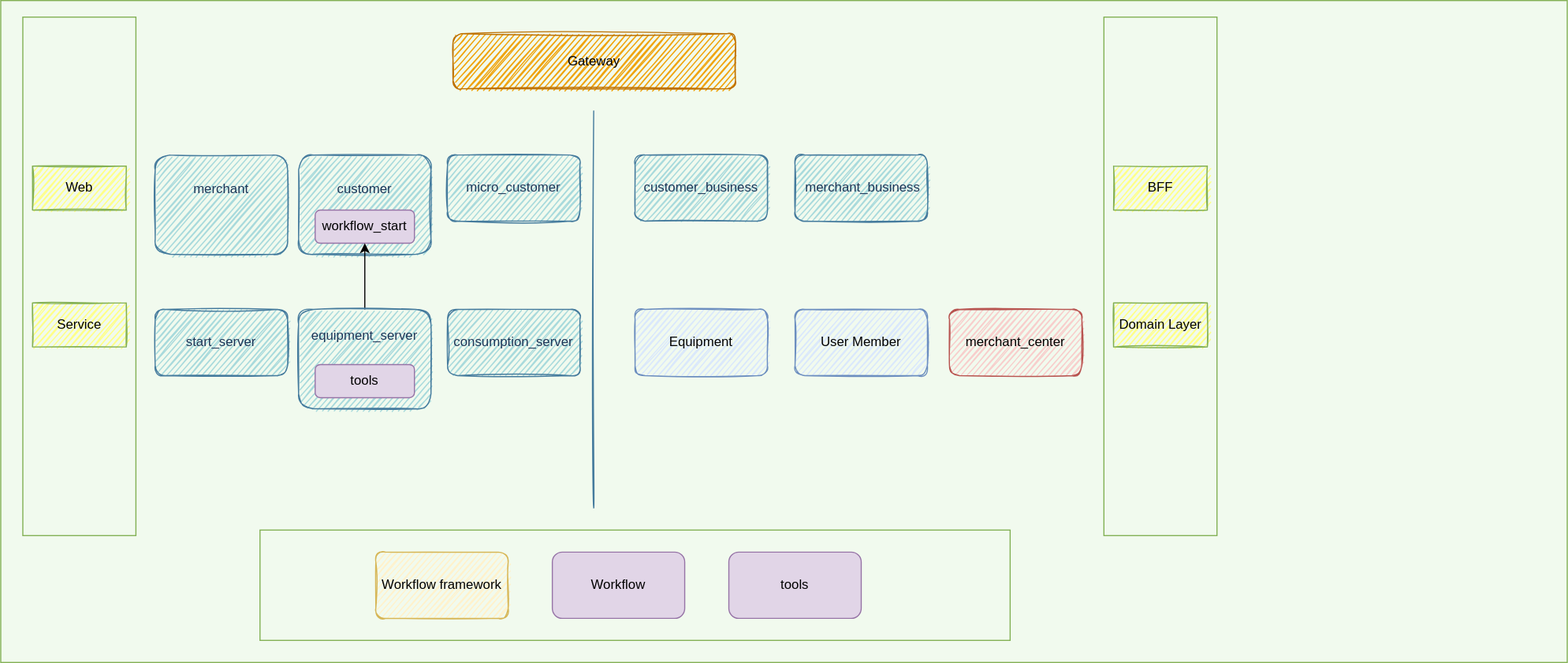
The draw.io diagram service layer.drawio.svg in jingwux/diagrams, before a commit. Source tidied: cells renumbered, new cells last; positions are measured from the earlier drawing's top-left corner, leaving out a move shared by most shapes. The source it was exported from:
```xml
<mxGraphModel background="#F1FAEE">
  <root>
    <mxCell id="0" />
    <mxCell id="1" parent="0" />
    <mxCell id="2" style="rounded=0;whiteSpace=wrap;html=1;strokeColor=#82B054;fillColor=none;" parent="1" vertex="1">
      <mxGeometry width="1420" height="600" as="geometry" />
    </mxCell>
    <mxCell id="3" style="rounded=0;whiteSpace=wrap;html=1;strokeColor=#82B054;fillColor=none;" parent="1" vertex="1">
      <mxGeometry x="235" y="480" width="680" height="100" as="geometry" />
    </mxCell>
    <mxCell id="4" style="rounded=0;whiteSpace=wrap;html=1;strokeColor=#82B054;fillColor=none;" parent="1" vertex="1">
      <mxGeometry x="20" y="15" width="102.5" height="470" as="geometry" />
    </mxCell>
    <mxCell id="5" value="Workflow" style="whiteSpace=wrap;html=1;fillColor=#e1d5e7;strokeColor=#9673a6;sketch=0;rounded=1;" parent="1" vertex="1">
      <mxGeometry x="500" y="500" width="120" height="60" as="geometry" />
    </mxCell>
    <mxCell id="6" style="endArrow=none;html=1;labelBackgroundColor=#F1FAEE;strokeColor=#457B9D;fontColor=#1D3557;sketch=1;curved=1;" parent="1" edge="1">
      <mxGeometry relative="1" as="geometry">
        <mxPoint x="537.5" y="460" as="sourcePoint" />
        <mxPoint x="537.5" y="100" as="targetPoint" />
      </mxGeometry>
    </mxCell>
    <mxCell id="7" value="Workflow framework" style="whiteSpace=wrap;html=1;fillColor=#fff2cc;strokeColor=#d6b656;sketch=1;rounded=1;" parent="1" vertex="1">
      <mxGeometry x="340" y="500" width="120" height="60" as="geometry" />
    </mxCell>
    <mxCell id="8" value="Web" style="whiteSpace=wrap;html=1;sketch=1;rounded=0;fillColor=#ffff88;strokeColor=#82B054;" parent="1" vertex="1">
      <mxGeometry x="28.8" y="150" width="85" height="40" as="geometry" />
    </mxCell>
    <mxCell id="9" value="Equipment" style="whiteSpace=wrap;html=1;fillColor=#dae8fc;strokeColor=#6c8ebf;sketch=1;rounded=1;" parent="1" vertex="1">
      <mxGeometry x="575" y="280" width="120" height="60" as="geometry" />
    </mxCell>
    <mxCell id="10" value="User Member" style="whiteSpace=wrap;html=1;fillColor=#dae8fc;strokeColor=#6c8ebf;sketch=1;rounded=1;" parent="1" vertex="1">
      <mxGeometry x="720" y="280" width="120" height="60" as="geometry" />
    </mxCell>
    <mxCell id="11" value="merchant_center" style="whiteSpace=wrap;html=1;fillColor=#f8cecc;strokeColor=#b85450;sketch=1;rounded=1;" parent="1" vertex="1">
      <mxGeometry x="860" y="280" width="120" height="60" as="geometry" />
    </mxCell>
    <mxCell id="12" value="customer_business" style="whiteSpace=wrap;html=1;fillColor=#A8DADC;strokeColor=#457B9D;fontColor=#1D3557;sketch=1;rounded=1;" parent="1" vertex="1">
      <mxGeometry x="575" y="140" width="120" height="60" as="geometry" />
    </mxCell>
    <mxCell id="13" value="&amp;nbsp;merchant_business" style="whiteSpace=wrap;html=1;fillColor=#A8DADC;strokeColor=#457B9D;fontColor=#1D3557;sketch=1;rounded=1;" parent="1" vertex="1">
      <mxGeometry x="720" y="140" width="120" height="60" as="geometry" />
    </mxCell>
    <mxCell id="14" value="Gateway" style="whiteSpace=wrap;html=1;fillColor=#f0a30a;strokeColor=#BD7000;sketch=1;rounded=1;fontColor=#000000;" parent="1" vertex="1">
      <mxGeometry x="410" y="30" width="256" height="50" as="geometry" />
    </mxCell>
    <mxCell id="15" value="Service" style="whiteSpace=wrap;html=1;fillColor=#ffff88;strokeColor=#82B054;sketch=1;rounded=0;" parent="1" vertex="1">
      <mxGeometry x="28.8" y="274" width="85" height="40" as="geometry" />
    </mxCell>
    <mxCell id="16" value="merchant&lt;br&gt;&lt;br&gt;&lt;br&gt;" style="whiteSpace=wrap;html=1;fillColor=#A8DADC;strokeColor=#457B9D;fontColor=#1D3557;sketch=1;rounded=1;" parent="1" vertex="1">
      <mxGeometry x="140" y="140" width="120" height="90" as="geometry" />
    </mxCell>
    <mxCell id="17" value="customer&lt;br&gt;&lt;br&gt;&lt;br&gt;" style="whiteSpace=wrap;html=1;fillColor=#A8DADC;strokeColor=#457B9D;fontColor=#1D3557;sketch=1;rounded=1;" parent="1" vertex="1">
      <mxGeometry x="270" y="140" width="120" height="90" as="geometry" />
    </mxCell>
    <mxCell id="18" value="micro_customer" style="whiteSpace=wrap;html=1;fillColor=#A8DADC;strokeColor=#457B9D;fontColor=#1D3557;sketch=1;rounded=1;" parent="1" vertex="1">
      <mxGeometry x="405" y="140" width="120" height="60" as="geometry" />
    </mxCell>
    <mxCell id="19" style="rounded=0;whiteSpace=wrap;html=1;strokeColor=#82B054;fillColor=none;" parent="1" vertex="1">
      <mxGeometry x="1000" y="15" width="102.5" height="470" as="geometry" />
    </mxCell>
    <mxCell id="20" value="BFF" style="whiteSpace=wrap;html=1;sketch=1;rounded=0;fillColor=#ffff88;strokeColor=#82B054;" parent="1" vertex="1">
      <mxGeometry x="1008.8" y="150" width="85" height="40" as="geometry" />
    </mxCell>
    <mxCell id="21" value="Domain Layer" style="whiteSpace=wrap;html=1;fillColor=#ffff88;strokeColor=#82B054;sketch=1;rounded=0;" parent="1" vertex="1">
      <mxGeometry x="1008.8" y="274" width="85" height="40" as="geometry" />
    </mxCell>
    <mxCell id="22" value="start_server" style="whiteSpace=wrap;html=1;fillColor=#A8DADC;strokeColor=#457B9D;fontColor=#1D3557;sketch=1;rounded=1;" parent="1" vertex="1">
      <mxGeometry x="140" y="280" width="120" height="60" as="geometry" />
    </mxCell>
    <mxCell id="23" value="workflow_start" style="rounded=1;whiteSpace=wrap;html=1;fillColor=#e1d5e7;strokeColor=#9673a6;sketch=0;" parent="1" vertex="1">
      <mxGeometry x="285" y="190" width="90" height="30" as="geometry" />
    </mxCell>
    <mxCell id="24" style="edgeStyle=orthogonalEdgeStyle;rounded=0;jettySize=auto;html=1;exitX=0.5;exitY=0;exitDx=0;exitDy=0;entryX=0.5;entryY=1;entryDx=0;entryDy=0;" parent="1" edge="1" source="25" target="23">
      <mxGeometry relative="1" as="geometry" />
    </mxCell>
    <mxCell id="25" value="equipment_server&lt;br&gt;&lt;br&gt;&lt;br&gt;&lt;br&gt;" style="whiteSpace=wrap;html=1;fillColor=#A8DADC;strokeColor=#457B9D;fontColor=#1D3557;sketch=1;rounded=1;" parent="1" vertex="1">
      <mxGeometry x="270" y="280" width="120" height="90" as="geometry" />
    </mxCell>
    <mxCell id="26" value="tools" style="rounded=1;whiteSpace=wrap;html=1;fillColor=#e1d5e7;strokeColor=#9673a6;sketch=0;" parent="1" vertex="1">
      <mxGeometry x="285" y="330" width="90" height="30" as="geometry" />
    </mxCell>
    <mxCell id="27" value="consumption_server" style="whiteSpace=wrap;html=1;fillColor=#A8DADC;strokeColor=#457B9D;fontColor=#1D3557;sketch=1;rounded=1;" parent="1" vertex="1">
      <mxGeometry x="405" y="280" width="120" height="60" as="geometry" />
    </mxCell>
    <mxCell id="28" value="tools" style="whiteSpace=wrap;html=1;fillColor=#e1d5e7;strokeColor=#9673a6;sketch=0;rounded=1;" parent="1" vertex="1">
      <mxGeometry x="660" y="500" width="120" height="60" as="geometry" />
    </mxCell>
  </root>
</mxGraphModel>
```
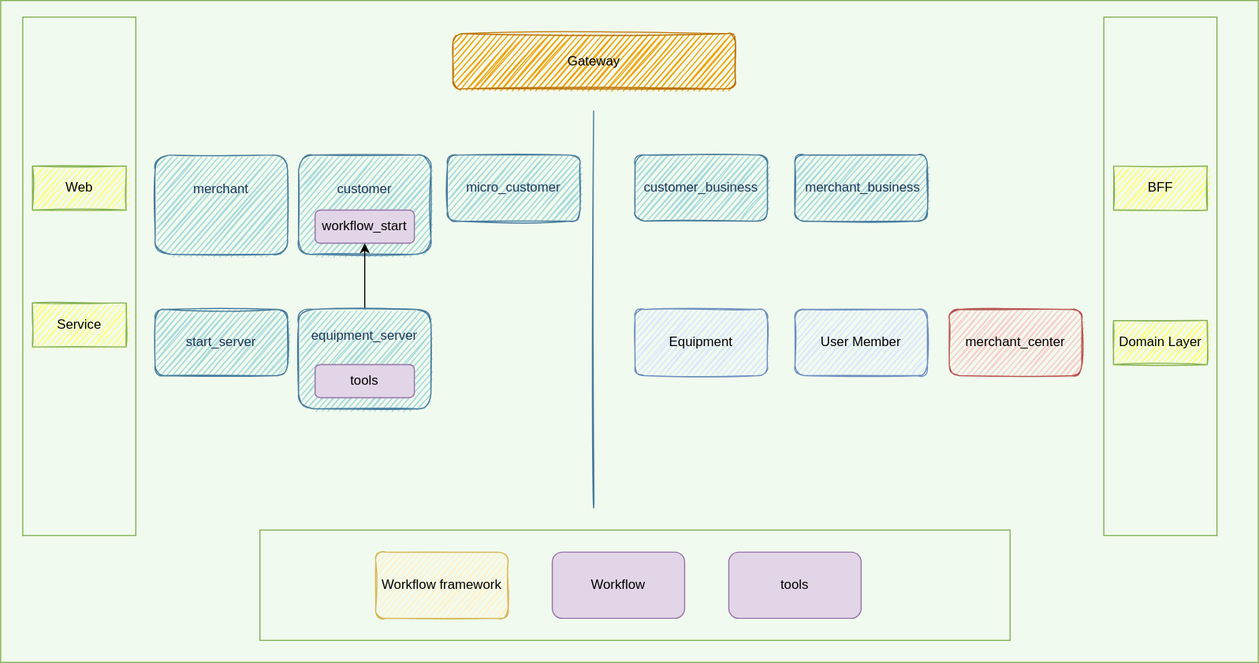
Later version of the same file.

Change to the diagram source:
```diff
@@ -3,7 +3,7 @@
     <mxCell id="0" />
     <mxCell id="1" parent="0" />
     <mxCell id="2" style="rounded=0;whiteSpace=wrap;html=1;strokeColor=#82B054;fillColor=none;" parent="1" vertex="1">
-      <mxGeometry width="1420" height="600" as="geometry" />
+      <mxGeometry width="1140" height="600" as="geometry" />
     </mxCell>
     <mxCell id="3" style="rounded=0;whiteSpace=wrap;html=1;strokeColor=#82B054;fillColor=none;" parent="1" vertex="1">
       <mxGeometry x="235" y="480" width="680" height="100" as="geometry" />
@@ -63,7 +63,7 @@
       <mxGeometry x="1008.8" y="150" width="85" height="40" as="geometry" />
     </mxCell>
     <mxCell id="21" value="Domain Layer" style="whiteSpace=wrap;html=1;fillColor=#ffff88;strokeColor=#82B054;sketch=1;rounded=0;" parent="1" vertex="1">
-      <mxGeometry x="1008.8" y="274" width="85" height="40" as="geometry" />
+      <mxGeometry x="1008.8" y="290" width="85" height="40" as="geometry" />
     </mxCell>
     <mxCell id="22" value="start_server" style="whiteSpace=wrap;html=1;fillColor=#A8DADC;strokeColor=#457B9D;fontColor=#1D3557;sketch=1;rounded=1;" parent="1" vertex="1">
       <mxGeometry x="140" y="280" width="120" height="60" as="geometry" />
@@ -80,9 +80,6 @@
     <mxCell id="26" value="tools" style="rounded=1;whiteSpace=wrap;html=1;fillColor=#e1d5e7;strokeColor=#9673a6;sketch=0;" parent="1" vertex="1">
       <mxGeometry x="285" y="330" width="90" height="30" as="geometry" />
     </mxCell>
-    <mxCell id="27" value="consumption_server" style="whiteSpace=wrap;html=1;fillColor=#A8DADC;strokeColor=#457B9D;fontColor=#1D3557;sketch=1;rounded=1;" parent="1" vertex="1">
-      <mxGeometry x="405" y="280" width="120" height="60" as="geometry" />
-    </mxCell>
     <mxCell id="28" value="tools" style="whiteSpace=wrap;html=1;fillColor=#e1d5e7;strokeColor=#9673a6;sketch=0;rounded=1;" parent="1" vertex="1">
       <mxGeometry x="660" y="500" width="120" height="60" as="geometry" />
     </mxCell>
```
